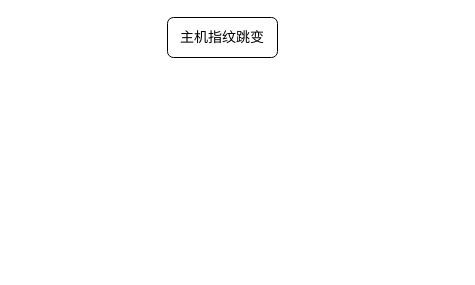
Before: 动态节点虚拟子系统信息流程图.drawio in qiuqiu1234/my-test-pro, a draw.io diagram. Source tidied: cells renumbered, new cells numbered last; positions are measured from the earlier drawing's top-left corner, leaving out a move shared by most shapes. Both pictures are drawn from the tidied source at 100%, with x=0, y=0 at pixel (167, 17).
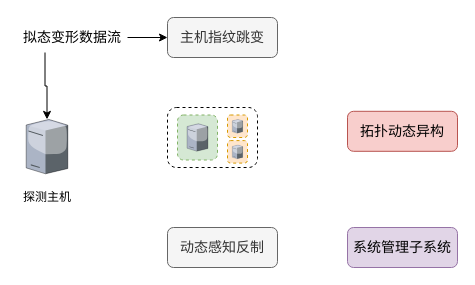
Above is the later version.

Commit message (it also covers changes not shown here):
更新动态节点虚拟子系统信息流程图.drawio

Diff of the diagram source:
```diff
@@
 <mxGraphModel>
   <root>
     <mxCell id="0" />
     <mxCell id="1" parent="0" />
-    <mxCell id="2" value="主机指纹跳变" style="rounded=1;whiteSpace=wrap;html=1;fontSize=14;" parent="1" vertex="1">
+    <mxCell id="2" value="主机指纹跳变" style="rounded=1;whiteSpace=wrap;html=1;fontSize=14;fillColor=#f5f5f5;strokeColor=#666666;fontColor=#333333;" parent="1" vertex="1">
       <mxGeometry width="110" height="40" as="geometry" />
     </mxCell>
+    <mxCell id="3" value="拓扑动态异构" style="rounded=1;whiteSpace=wrap;html=1;fontSize=14;fillColor=#f8cecc;strokeColor=#b85450;" parent="1" vertex="1">
+      <mxGeometry x="180" y="93.8" width="110" height="40" as="geometry" />
+    </mxCell>
+    <mxCell id="4" value="系统管理子系统" style="rounded=1;whiteSpace=wrap;html=1;fontSize=14;fillColor=#e1d5e7;strokeColor=#9673a6;" parent="1" vertex="1">
+      <mxGeometry x="180" y="210" width="110" height="40" as="geometry" />
+    </mxCell>
+    <mxCell id="5" value="动态感知反制" style="rounded=1;whiteSpace=wrap;html=1;fontSize=14;fillColor=#f5f5f5;fontColor=#333333;strokeColor=#666666;" parent="1" vertex="1">
+      <mxGeometry y="210" width="110" height="40" as="geometry" />
+    </mxCell>
+    <mxCell id="6" style="verticalLabelPosition=bottom;sketch=0;html=1;verticalAlign=top;strokeColor=#b85450;align=center;outlineConnect=0;shape=mxgraph.citrix.license_server;fontSize=14;fillColor=#f8cecc;" parent="1" vertex="1">
+      <mxGeometry x="-141.3" y="101.9" width="41.6" height="54.4" as="geometry" />
+    </mxCell>
+    <mxCell id="7" value="探测主机" style="text;html=1;strokeColor=none;fillColor=none;align=center;verticalAlign=middle;whiteSpace=wrap;rounded=0;fontSize=12;" parent="1" vertex="1">
+      <mxGeometry x="-145.5" y="170" width="50" height="20" as="geometry" />
+    </mxCell>
+    <mxCell id="8" style="edgeStyle=orthogonalEdgeStyle;rounded=0;jettySize=auto;html=1;exitX=1;exitY=0.5;exitDx=0;exitDy=0;fontSize=14;" parent="1" edge="1" source="10" target="2">
+      <mxGeometry relative="1" as="geometry" />
+    </mxCell>
+    <mxCell id="9" style="edgeStyle=orthogonalEdgeStyle;rounded=0;jettySize=auto;html=1;exitX=0.25;exitY=1;exitDx=0;exitDy=0;fontSize=14;" parent="1" edge="1" source="10" target="6">
+      <mxGeometry relative="1" as="geometry" />
+    </mxCell>
+    <mxCell id="10" value="拟态变形数据流" style="text;html=1;strokeColor=none;fillColor=none;align=center;verticalAlign=middle;whiteSpace=wrap;rounded=0;fontSize=14;" parent="1" vertex="1">
+      <mxGeometry x="-150" y="5" width="110" height="30" as="geometry" />
+    </mxCell>
+    <mxCell id="11" style="rounded=1;whiteSpace=wrap;html=1;fontSize=12;dashed=1;" parent="1" vertex="1">
+      <mxGeometry y="90" width="90" height="60" as="geometry" />
+    </mxCell>
+    <mxCell id="12" style="rounded=1;whiteSpace=wrap;html=1;fontSize=12;dashed=1;fillColor=#d5e8d4;strokeColor=#82b366;" parent="1" vertex="1">
+      <mxGeometry x="10" y="97.5" width="40" height="45" as="geometry" />
+    </mxCell>
+    <mxCell id="13" style="verticalLabelPosition=bottom;sketch=0;html=1;verticalAlign=top;strokeColor=none;align=center;shape=mxgraph.citrix.license_server;fontSize=14;" parent="1" vertex="1">
+      <mxGeometry x="19.5" y="106.2" width="21" height="27.5" as="geometry" />
+    </mxCell>
+    <mxCell id="14" style="rounded=1;whiteSpace=wrap;html=1;fontSize=12;fontStyle=1;dashed=1;fillColor=#ffe6cc;strokeColor=#d79b00;" parent="1" vertex="1">
+      <mxGeometry x="60" y="97.5" width="20" height="22.5" as="geometry" />
+    </mxCell>
+    <mxCell id="15" style="verticalLabelPosition=bottom;sketch=0;html=1;verticalAlign=top;strokeColor=none;align=center;shape=mxgraph.citrix.license_server;fontSize=14;" parent="1" vertex="1">
+      <mxGeometry x="64.7" y="101.9" width="10.5" height="13.8" as="geometry" />
+    </mxCell>
+    <mxCell id="16" style="rounded=1;whiteSpace=wrap;html=1;fontSize=12;fontStyle=1;dashed=1;fillColor=#ffe6cc;strokeColor=#d79b00;" parent="1" vertex="1">
+      <mxGeometry x="60" y="123.1" width="20" height="22.5" as="geometry" />
+    </mxCell>
+    <mxCell id="17" style="verticalLabelPosition=bottom;sketch=0;html=1;verticalAlign=top;strokeColor=none;align=center;shape=mxgraph.citrix.license_server;fontSize=14;" parent="1" vertex="1">
+      <mxGeometry x="64.7" y="127.5" width="10.5" height="13.8" as="geometry" />
+    </mxCell>
   </root>
 </mxGraphModel>
```
